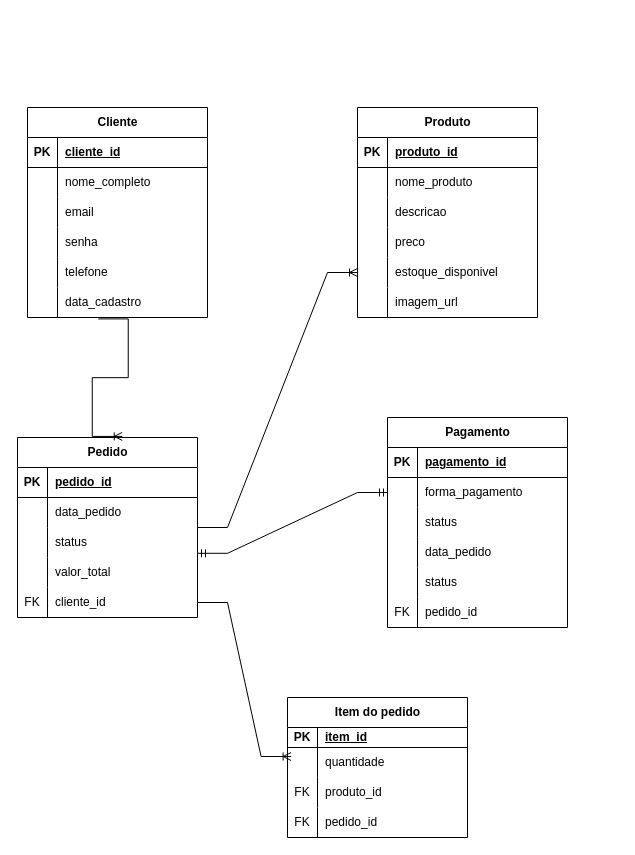
This is page "Lógico - E-Commerce" (4 of 6) of Modelagem/Tabela.drawio from biakevedo/Senai, a draw.io file, before an edit. Source tidied: cells renumbered, new cells numbered last; positions are measured from the earlier drawing's top-left corner, leaving out a move shared by most shapes. Both pictures are drawn from the tidied source at 100%, with x=0, y=0 at pixel (17, 107).
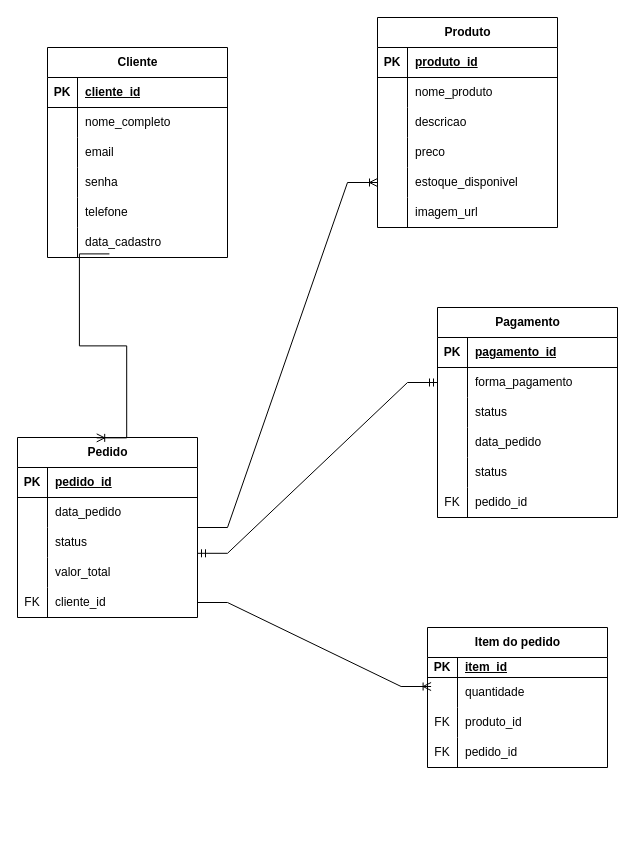
The same diagram, later.

Unchanged cells that the change refers to:
```xml
<mxCell id="18" style="shape=tableRow;horizontal=0;startSize=0;swimlaneHead=0;swimlaneBody=0;fillColor=none;points=[[0,0.5],[1,0.5]];portConstraint=eastwest;top=0;left=0;right=0;bottom=0;labelBackgroundColor=none;" parent="2" vertex="1">
  <mxGeometry y="180" width="180" height="30" as="geometry" />
</mxCell>
<mxCell id="40" value="Pedido" style="shape=table;startSize=30;childLayout=tableLayout;rowLines=0;fontStyle=1;align=center;html=1;" parent="1" vertex="1">
  <mxGeometry y="330" width="180" height="180" as="geometry" />
</mxCell>
<mxCell id="47" style="shape=tableRow;horizontal=0;startSize=0;swimlaneHead=0;swimlaneBody=0;fillColor=none;points=[[0,0.5],[1,0.5]];portConstraint=eastwest;top=0;left=0;right=0;bottom=0;" parent="40" vertex="1">
  <mxGeometry y="90" width="180" height="30" as="geometry" />
</mxCell>
<mxCell id="73" style="shape=tableRow;horizontal=0;startSize=0;swimlaneHead=0;swimlaneBody=0;fillColor=none;points=[[0,0.5],[1,0.5]];portConstraint=eastwest;top=0;left=0;right=0;bottom=0;labelBackgroundColor=none;" parent="69" vertex="1">
  <mxGeometry y="60" width="180" height="30" as="geometry" />
</mxCell>
```

What changed in the source:
```diff
@@
     <mxCell id="2" value="Cliente" style="shape=table;startSize=30;childLayout=tableLayout;rowLines=0;fontStyle=1;align=center;html=1;labelBackgroundColor=none;" parent="1" vertex="1">
-      <mxGeometry x="10" width="180" height="210" as="geometry" />
+      <mxGeometry x="30" y="-60" width="180" height="210" as="geometry" />
     </mxCell>
@@
     <mxCell id="21" value="Produto" style="shape=table;startSize=30;childLayout=tableLayout;rowLines=0;fontStyle=1;align=center;html=1;" parent="1" vertex="1">
-      <mxGeometry x="340" width="180" height="210" as="geometry" />
+      <mxGeometry x="360" y="-90" width="180" height="210" as="geometry" />
     </mxCell>
@@
     <mxCell id="56" value="Item do pedido" style="shape=table;startSize=30;childLayout=tableLayout;rowLines=0;fontStyle=1;align=center;html=1;" parent="1" vertex="1">
-      <mxGeometry x="270" y="590" width="180" height="140" as="geometry" />
+      <mxGeometry x="410" y="520" width="180" height="140" as="geometry" />
     </mxCell>
@@
     <mxCell id="69" value="Pagamento" style="shape=table;startSize=30;childLayout=tableLayout;rowLines=0;fontStyle=1;align=center;html=1;labelBackgroundColor=none;" parent="1" vertex="1">
-      <mxGeometry x="370" y="310" width="180" height="210" as="geometry" />
+      <mxGeometry x="420" y="200" width="180" height="210" as="geometry" />
     </mxCell>
@@
-    <mxCell id="88" style="edgeStyle=entityRelationEdgeStyle;fontSize=12;html=1;endArrow=ERoneToMany;rounded=0;exitX=0.393;exitY=1.047;exitDx=0;exitDy=0;exitPerimeter=0;entryX=0.582;entryY=-0.006;entryDx=0;entryDy=0;entryPerimeter=0;" parent="1" edge="1" source="18" target="40">
-      <mxGeometry relative="1" as="geometry">
-        <Array as="points">
-          <mxPoint x="200" y="280" />
-        </Array>
-      </mxGeometry>
-    </mxCell>
@@
-    <mxCell id="91" style="edgeStyle=entityRelationEdgeStyle;fontSize=12;html=1;endArrow=ERmandOne;startArrow=ERmandOne;rounded=0;entryX=0;entryY=0.5;entryDx=0;entryDy=0;exitX=1;exitY=0.86;exitDx=0;exitDy=0;exitPerimeter=0;" parent="1" edge="1" source="47" target="73">
+    <mxCell id="91" style="edgeStyle=entityRelationEdgeStyle;fontSize=12;html=1;endArrow=ERmandOne;startArrow=ERmandOne;rounded=0;entryX=0;entryY=0.5;entryDx=0;entryDy=0;exitX=1;exitY=0.86;exitDx=0;exitDy=0;exitPerimeter=0;curved=0;" parent="1" edge="1" source="47" target="73">
       <mxGeometry relative="1" as="geometry" />
     </mxCell>
+    <mxCell id="88" style="edgeStyle=entityRelationEdgeStyle;fontSize=12;html=1;endArrow=ERoneToMany;rounded=0;entryX=0.44;entryY=0.002;entryDx=0;entryDy=0;entryPerimeter=0;exitX=0.344;exitY=0.88;exitDx=0;exitDy=0;exitPerimeter=0;" parent="1" edge="1" source="18" target="40">
+      <mxGeometry relative="1" as="geometry" />
+    </mxCell>
```
